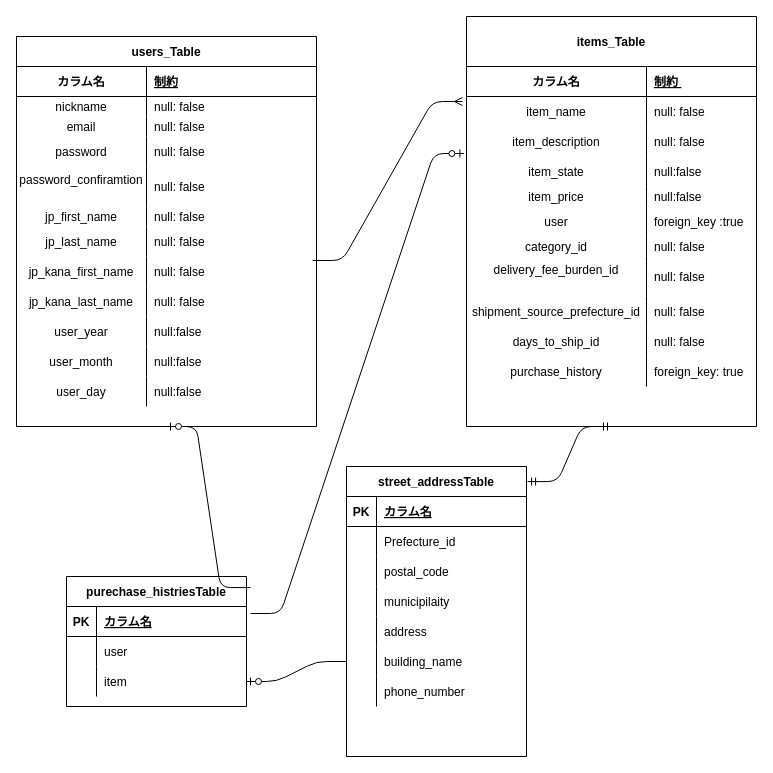
The draw.io diagram furimaDB.dio in mizukiokumura/furima-33989, before the edit. Source tidied: cells renumbered, new cells numbered last; positions are measured from the earlier drawing's top-left corner, leaving out a move shared by most shapes. Both pictures are drawn from the tidied source at 100%, with x=0, y=0 at pixel (16, 16).
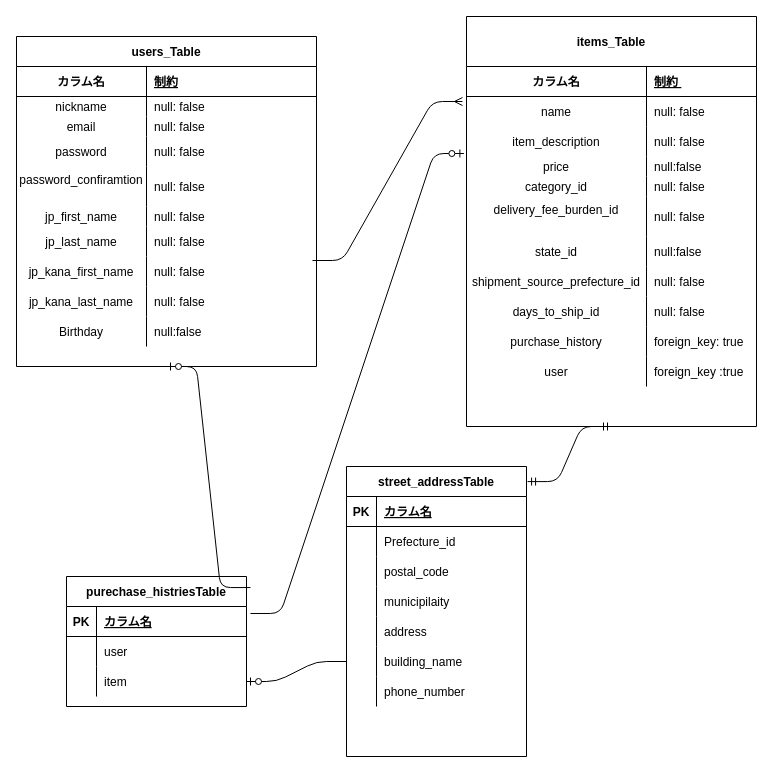
The same diagram, later.

Commit message (it also covers changes not shown here):
修正依頼箇所を修正４回目

Unchanged cells that the change refers to:
```xml
<mxCell id="30" style="shape=partialRectangle;fillColor=none;top=0;left=0;bottom=0;right=0;" parent="2" vertex="1">
  <mxGeometry y="280" width="300" height="30" as="geometry" />
</mxCell>
<mxCell id="39" value="items_Table" style="shape=table;startSize=50;childLayout=tableLayout;rowLines=0;fontStyle=1;align=center;" parent="1" vertex="1">
  <mxGeometry x="450" width="290" height="410" as="geometry" />
</mxCell>
<mxCell id="43" style="shape=partialRectangle;fillColor=none;top=0;left=0;bottom=0;right=0;points=[[0,0.5],[1,0.5]];portConstraint=eastwest;" parent="39" vertex="1">
  <mxGeometry y="80" width="290" height="30" as="geometry" />
</mxCell>
```

Change to the diagram source:
```diff
@@
     <mxCell id="2" value="users_Table" style="shape=table;startSize=30;childLayout=tableLayout;rowLines=0;fontStyle=1;align=center;" parent="1" vertex="1">
-      <mxGeometry y="20" width="300" height="390" as="geometry" />
+      <mxGeometry y="20" width="300" height="330" as="geometry" />
     </mxCell>
@@
-    <mxCell id="31" value="user_year" style="shape=partialRectangle;fillColor=none;top=0;left=0;bottom=0;right=0;overflow=hidden;" parent="30" vertex="1">
+    <mxCell id="31" value="Birthday" style="shape=partialRectangle;fillColor=none;top=0;left=0;bottom=0;right=0;overflow=hidden;" parent="30" vertex="1">
       <mxGeometry width="130" height="30" as="geometry" />
     </mxCell>
@@
-    <mxCell id="33" style="shape=partialRectangle;fillColor=none;top=0;left=0;bottom=0;right=0;" parent="2" vertex="1">
-      <mxGeometry y="310" width="300" height="30" as="geometry" />
-    </mxCell>
-    <mxCell id="34" value="user_month" style="shape=partialRectangle;fillColor=none;top=0;left=0;bottom=0;right=0;overflow=hidden;" parent="33" vertex="1">
-      <mxGeometry width="130" height="30" as="geometry" />
-    </mxCell>
-    <mxCell id="35" value="null:false" style="shape=partialRectangle;fillColor=none;top=0;left=0;bottom=0;right=0;align=left;spacingLeft=6;overflow=hidden;" parent="33" vertex="1">
-      <mxGeometry x="130" width="170" height="30" as="geometry" />
-    </mxCell>
-    <mxCell id="36" style="shape=partialRectangle;fillColor=none;top=0;left=0;bottom=0;right=0;" parent="2" vertex="1">
-      <mxGeometry y="340" width="300" height="30" as="geometry" />
-    </mxCell>
-    <mxCell id="37" value="user_day" style="shape=partialRectangle;fillColor=none;top=0;left=0;bottom=0;right=0;overflow=hidden;" parent="36" vertex="1">
-      <mxGeometry width="130" height="30" as="geometry" />
-    </mxCell>
-    <mxCell id="38" value="null:false" style="shape=partialRectangle;fillColor=none;top=0;left=0;bottom=0;right=0;align=left;spacingLeft=6;overflow=hidden;" parent="36" vertex="1">
-      <mxGeometry x="130" width="170" height="30" as="geometry" />
-    </mxCell>
@@
-    <mxCell id="44" value="item_name" style="shape=partialRectangle;fillColor=none;top=0;left=0;bottom=0;right=0;overflow=hidden;" parent="43" vertex="1">
+    <mxCell id="44" value="name" style="shape=partialRectangle;fillColor=none;top=0;left=0;bottom=0;right=0;overflow=hidden;" parent="43" vertex="1">
       <mxGeometry width="180" height="30" as="geometry" />
     </mxCell>
@@
-    <mxCell id="49" style="shape=partialRectangle;fillColor=none;top=0;left=0;bottom=0;right=0;" parent="39" vertex="1">
-      <mxGeometry y="140" width="290" height="30" as="geometry" />
-    </mxCell>
-    <mxCell id="50" value="item_state" style="shape=partialRectangle;fillColor=none;top=0;left=0;bottom=0;right=0;overflow=hidden;" parent="49" vertex="1">
-      <mxGeometry width="180" height="30" as="geometry" />
-    </mxCell>
-    <mxCell id="51" value="null:false" style="shape=partialRectangle;fillColor=none;top=0;left=0;bottom=0;right=0;align=left;spacingLeft=6;overflow=hidden;" parent="49" vertex="1">
-      <mxGeometry x="180" width="110" height="30" as="geometry" />
-    </mxCell>
     <mxCell id="52" style="shape=partialRectangle;fillColor=none;top=0;left=0;bottom=0;right=0;" parent="39" vertex="1">
-      <mxGeometry y="170" width="290" height="20" as="geometry" />
+      <mxGeometry y="140" width="290" height="20" as="geometry" />
     </mxCell>
-    <mxCell id="53" value="item_price" style="shape=partialRectangle;fillColor=none;top=0;left=0;bottom=0;right=0;overflow=hidden;" parent="52" vertex="1">
+    <mxCell id="53" value="price" style="shape=partialRectangle;fillColor=none;top=0;left=0;bottom=0;right=0;overflow=hidden;" parent="52" vertex="1">
       <mxGeometry width="180" height="20" as="geometry" />
     </mxCell>
@@
-    <mxCell id="55" style="shape=partialRectangle;fillColor=none;top=0;left=0;bottom=0;right=0;" parent="39" vertex="1">
-      <mxGeometry y="190" width="290" height="30" as="geometry" />
-    </mxCell>
-    <mxCell id="56" value="user" style="shape=partialRectangle;fillColor=none;top=0;left=0;bottom=0;right=0;overflow=hidden;" parent="55" vertex="1">
-      <mxGeometry width="180" height="30" as="geometry" />
-    </mxCell>
-    <mxCell id="57" value="foreign_key :true" style="shape=partialRectangle;fillColor=none;top=0;left=0;bottom=0;right=0;align=left;spacingLeft=6;overflow=hidden;" parent="55" vertex="1">
-      <mxGeometry x="180" width="110" height="30" as="geometry" />
-    </mxCell>
     <mxCell id="58" style="shape=partialRectangle;fillColor=none;top=0;left=0;bottom=0;right=0;" parent="39" vertex="1">
-      <mxGeometry y="220" width="290" height="20" as="geometry" />
+      <mxGeometry y="160" width="290" height="20" as="geometry" />
     </mxCell>
@@
     <mxCell id="61" style="shape=partialRectangle;fillColor=none;top=0;left=0;bottom=0;right=0;" parent="39" vertex="1">
-      <mxGeometry y="240" width="290" height="40" as="geometry" />
+      <mxGeometry y="180" width="290" height="40" as="geometry" />
     </mxCell>
@@
+    <mxCell id="49" style="shape=partialRectangle;fillColor=none;top=0;left=0;bottom=0;right=0;" parent="39" vertex="1">
+      <mxGeometry y="220" width="290" height="30" as="geometry" />
+    </mxCell>
+    <mxCell id="50" value="state_id" style="shape=partialRectangle;fillColor=none;top=0;left=0;bottom=0;right=0;overflow=hidden;" parent="49" vertex="1">
+      <mxGeometry width="180" height="30" as="geometry" />
+    </mxCell>
+    <mxCell id="51" value="null:false" style="shape=partialRectangle;fillColor=none;top=0;left=0;bottom=0;right=0;align=left;spacingLeft=6;overflow=hidden;" parent="49" vertex="1">
+      <mxGeometry x="180" width="110" height="30" as="geometry" />
+    </mxCell>
     <mxCell id="64" style="shape=partialRectangle;fillColor=none;top=0;left=0;bottom=0;right=0;" parent="39" vertex="1">
-      <mxGeometry y="280" width="290" height="30" as="geometry" />
+      <mxGeometry y="250" width="290" height="30" as="geometry" />
     </mxCell>
@@
     <mxCell id="67" style="shape=partialRectangle;fillColor=none;top=0;left=0;bottom=0;right=0;" parent="39" vertex="1">
-      <mxGeometry y="310" width="290" height="30" as="geometry" />
+      <mxGeometry y="280" width="290" height="30" as="geometry" />
     </mxCell>
@@
     <mxCell id="70" style="shape=partialRectangle;fillColor=none;top=0;left=0;bottom=0;right=0;" parent="39" vertex="1">
-      <mxGeometry y="340" width="290" height="30" as="geometry" />
+      <mxGeometry y="310" width="290" height="30" as="geometry" />
     </mxCell>
@@
+    <mxCell id="55" style="shape=partialRectangle;fillColor=none;top=0;left=0;bottom=0;right=0;" parent="39" vertex="1">
+      <mxGeometry y="340" width="290" height="30" as="geometry" />
+    </mxCell>
+    <mxCell id="56" value="user" style="shape=partialRectangle;fillColor=none;top=0;left=0;bottom=0;right=0;overflow=hidden;" parent="55" vertex="1">
+      <mxGeometry width="180" height="30" as="geometry" />
+    </mxCell>
+    <mxCell id="57" value="foreign_key :true" style="shape=partialRectangle;fillColor=none;top=0;left=0;bottom=0;right=0;align=left;spacingLeft=6;overflow=hidden;" parent="55" vertex="1">
+      <mxGeometry x="180" width="110" height="30" as="geometry" />
+    </mxCell>
```
